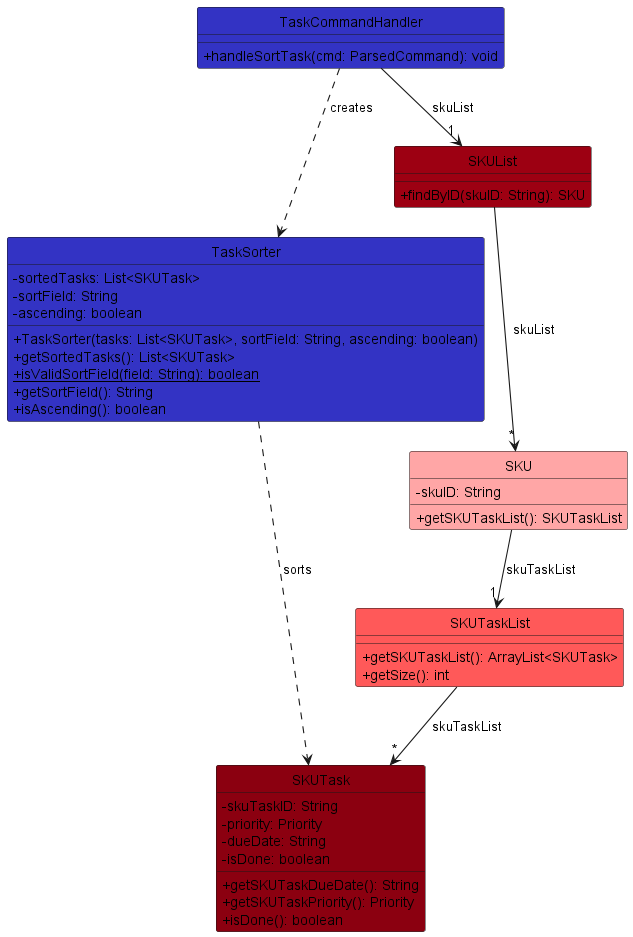
The PlantUML diagram docs/plantUML/sort-task/sort-task-architecture.png in heehaw1234/tp, before a commit.
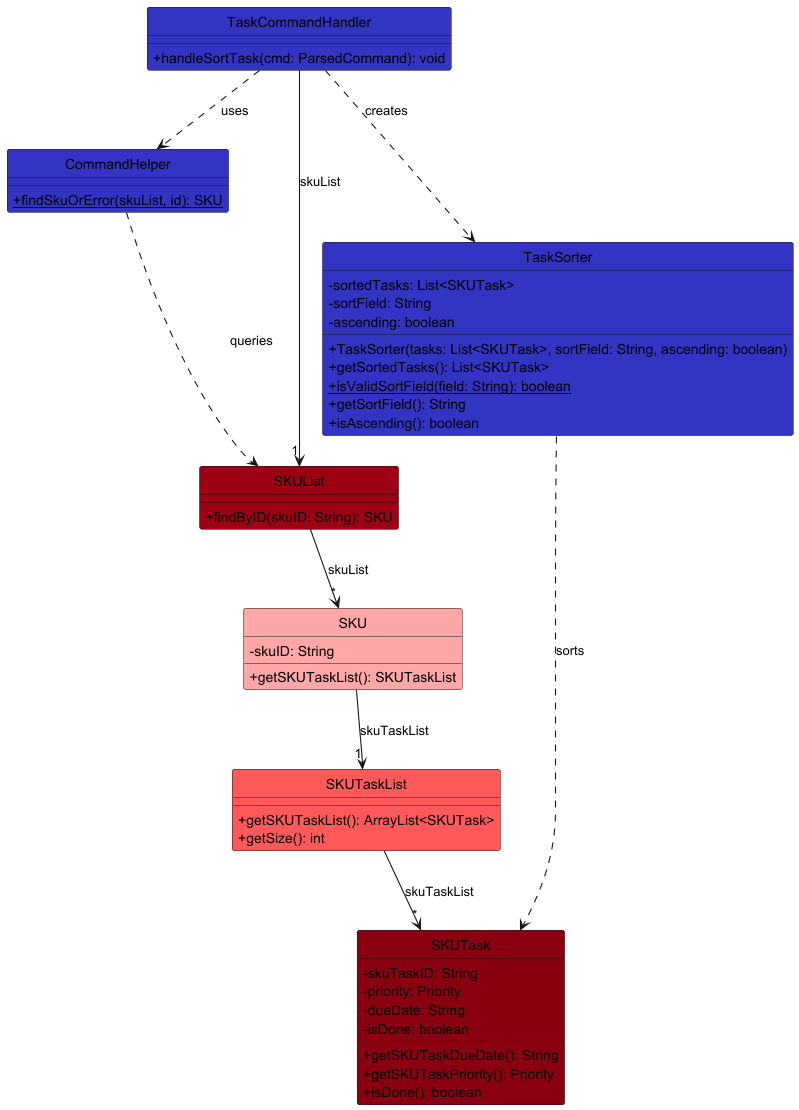
Above is the later version.

Commit message:
Fix Bugs in PUML diagram

Change to the diagram source:
```diff
@@ -6,6 +6,10 @@
 
 class TaskCommandHandler LOGIC_COLOR {
   + handleSortTask(cmd: ParsedCommand): void
+}
+
+class CommandHelper LOGIC_COLOR {
+  + {static} findSkuOrError(skuList, id): SKU
 }
 
 class TaskSorter LOGIC_COLOR {
@@ -45,6 +49,8 @@
 
 TaskCommandHandler -down-> "1" SKUList : skuList
 TaskCommandHandler ..> TaskSorter : creates
+TaskCommandHandler ..> CommandHelper : uses
+CommandHelper ..> SKUList : queries
 SKUList -down-> "*" SKU : skuList
 SKU -down-> "1" SKUTaskList : skuTaskList
 SKUTaskList -down-> "*" SKUTask : skuTaskList
```
